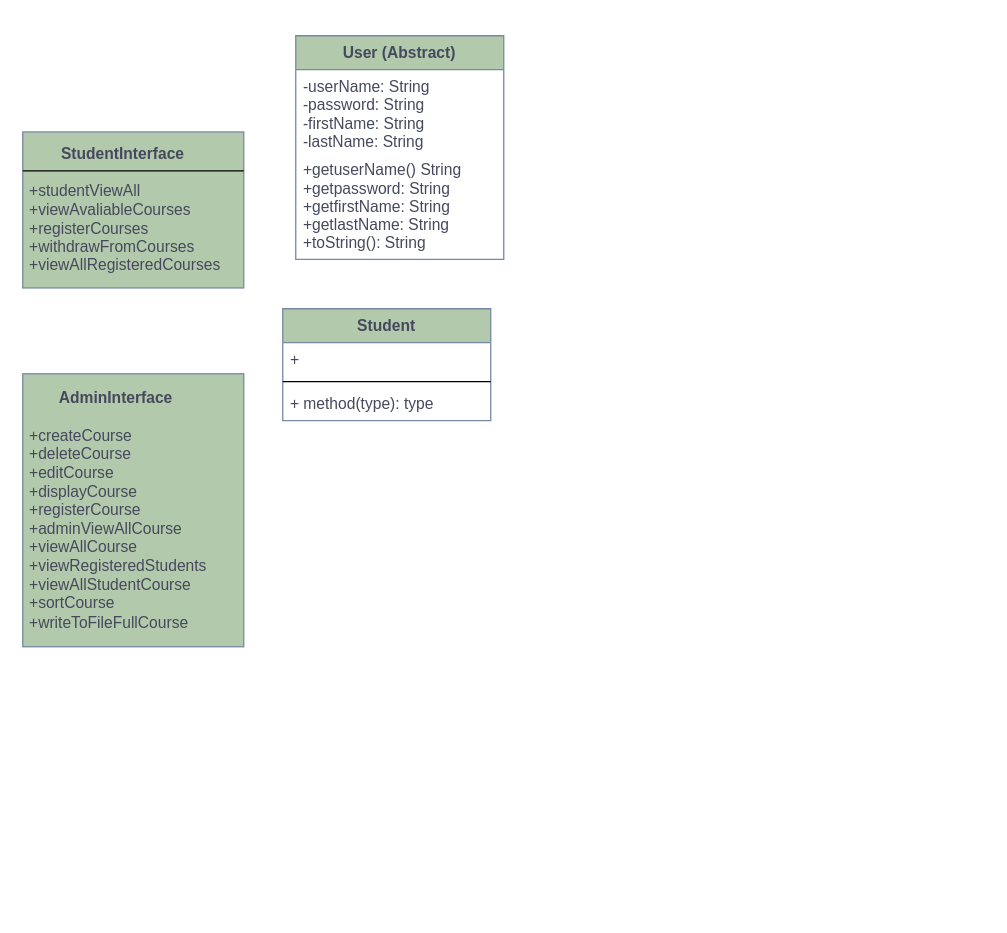
Earlier version of the draw.io diagram Untitled Diagram.drawio (zgywyww/Influence-of-Music). Source tidied: cells renumbered, new cells numbered last; positions are measured from the earlier drawing's top-left corner, leaving out a move shared by most shapes. Both pictures are drawn from the tidied source at 130%, with x=0, y=0 at pixel (22, 35).
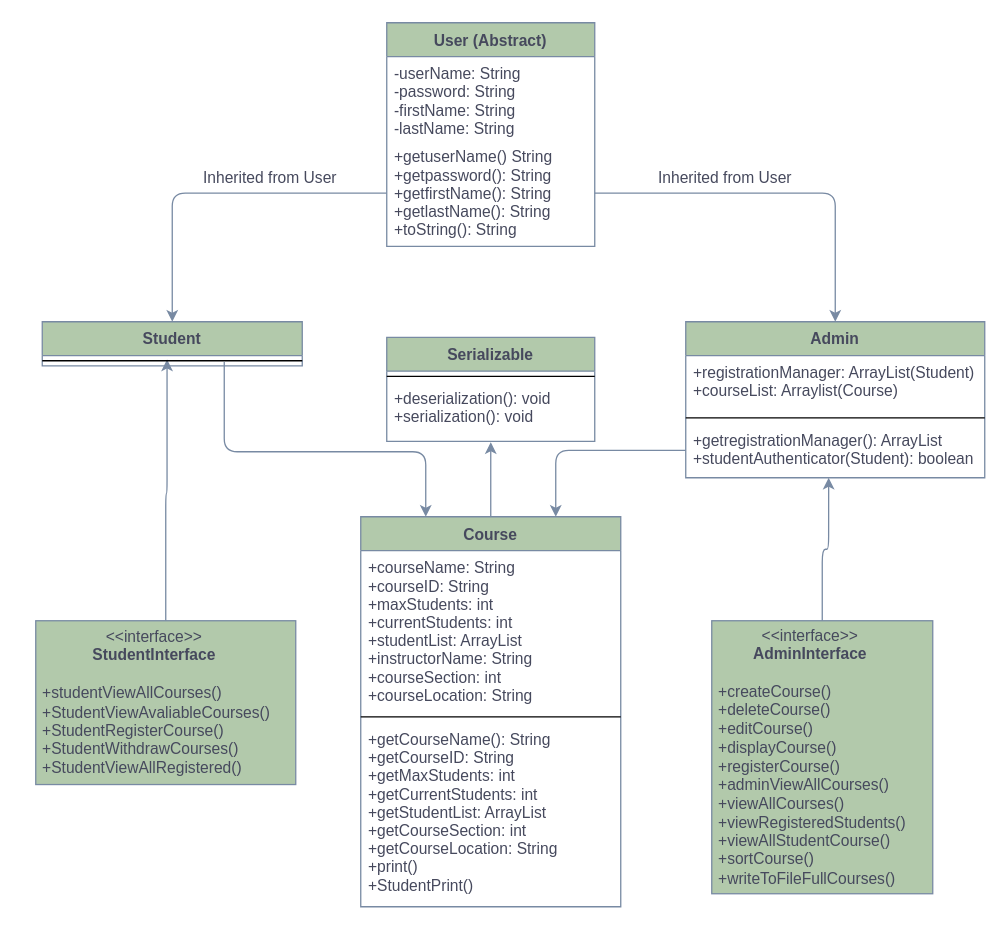
Above is the later version.

Diff of the diagram source:
```diff
@@
     <mxCell id="2" value="User (Abstract)" style="swimlane;fontStyle=1;align=center;verticalAlign=top;horizontal=1;startSize=26;rounded=0;sketch=0;fontColor=#46495D;strokeColor=#788AA3;fillColor=#B2C9AB;" parent="1" vertex="1">
-      <mxGeometry x="210" width="160" height="172" as="geometry" />
+      <mxGeometry x="280" y="-10" width="160" height="172" as="geometry" />
     </mxCell>
@@
-    <mxCell id="4" value="+getuserName() String&#10;+getpassword: String&#10;+getfirstName: String&#10;+getlastName: String&#10;+toString(): String&#10;" style="text;strokeColor=none;fillColor=none;align=left;verticalAlign=top;spacingLeft=4;spacingRight=4;overflow=hidden;points=[[0,0.5],[1,0.5]];portConstraint=eastwest;rounded=0;sketch=0;fontColor=#46495D;" parent="2" vertex="1">
+    <mxCell id="4" value="+getuserName() String&#10;+getpassword(): String&#10;+getfirstName(): String&#10;+getlastName(): String&#10;+toString(): String&#10;" style="text;strokeColor=none;fillColor=none;align=left;verticalAlign=top;spacingLeft=4;spacingRight=4;overflow=hidden;points=[[0,0.5],[1,0.5]];portConstraint=eastwest;rounded=0;sketch=0;fontColor=#46495D;" parent="2" vertex="1">
       <mxGeometry y="90" width="160" height="82" as="geometry" />
     </mxCell>
+    <mxCell id="12" style="edgeStyle=orthogonalEdgeStyle;curved=0;rounded=1;sketch=0;jettySize=auto;html=1;exitX=0.5;exitY=0;exitDx=0;exitDy=0;entryX=0.48;entryY=0.375;entryDx=0;entryDy=0;entryPerimeter=0;fontColor=#46495D;strokeColor=#788AA3;fillColor=#B2C9AB;" parent="1" edge="1" source="5" target="10">
+      <mxGeometry relative="1" as="geometry">
+        <Array as="points">
+          <mxPoint x="110" y="352" />
+          <mxPoint x="111" y="352" />
+        </Array>
+      </mxGeometry>
+    </mxCell>
-    <mxCell id="5" value="&lt;div style=&quot;text-align: center&quot;&gt;&lt;b&gt;StudentInterface&lt;/b&gt;&lt;/div&gt;&lt;br&gt;&amp;nbsp;+studentViewAll&lt;br&gt;&amp;nbsp;+viewAvaliableCourses&lt;br&gt;&amp;nbsp;+registerCourses&lt;br&gt;&amp;nbsp;+withdrawFromCourses&lt;br&gt;&amp;nbsp;+viewAllRegisteredCourses" style="html=1;rounded=0;sketch=0;fontColor=#46495D;strokeColor=#788AA3;fillColor=#B2C9AB;align=left;" parent="1" vertex="1">
-      <mxGeometry y="74" width="170" height="120" as="geometry" />
+    <mxCell id="5" value="&lt;div style=&quot;text-align: center&quot;&gt;&amp;lt;&amp;lt;interface&amp;gt;&amp;gt;&lt;/div&gt;&lt;div style=&quot;text-align: center&quot;&gt;&lt;b&gt;StudentInterface&lt;/b&gt;&lt;/div&gt;&lt;br&gt;&amp;nbsp;+studentViewAllCourses()&lt;br&gt;&amp;nbsp;+StudentViewAvaliableCourses()&lt;br&gt;&amp;nbsp;+StudentRegisterCourse()&lt;br&gt;&amp;nbsp;+StudentWithdrawCourses()&lt;br&gt;&amp;nbsp;+StudentViewAllRegistered()" style="html=1;rounded=0;sketch=0;fontColor=#46495D;strokeColor=#788AA3;fillColor=#B2C9AB;align=left;" parent="1" vertex="1">
+      <mxGeometry x="10" y="450" width="200" height="126" as="geometry" />
     </mxCell>
-    <mxCell id="6" style="line;strokeWidth=1;fillColor=none;align=left;verticalAlign=middle;spacingTop=-1;spacingLeft=3;spacingRight=3;labelPosition=right;rounded=0;sketch=0;fontColor=#46495D;" parent="1" vertex="1">
-      <mxGeometry y="100" width="170" height="8" as="geometry" />
-    </mxCell>
+    <mxCell id="13" style="edgeStyle=orthogonalEdgeStyle;curved=0;rounded=1;sketch=0;jettySize=auto;html=1;exitX=0.5;exitY=0;exitDx=0;exitDy=0;entryX=0.478;entryY=1;entryDx=0;entryDy=0;entryPerimeter=0;fontColor=#46495D;strokeColor=#788AA3;fillColor=#B2C9AB;" parent="1" edge="1" source="7" target="17">
+      <mxGeometry relative="1" as="geometry" />
+    </mxCell>
-    <mxCell id="7" value="&lt;div style=&quot;text-align: center&quot;&gt;&lt;b&gt;AdminInterface&lt;/b&gt;&lt;/div&gt;&lt;br&gt;&amp;nbsp;+createCourse&lt;br&gt;&amp;nbsp;+deleteCourse&lt;br&gt;&amp;nbsp;+editCourse&lt;br&gt;&amp;nbsp;+displayCourse&lt;br&gt;&amp;nbsp;+registerCourse&lt;br&gt;&amp;nbsp;+adminViewAllCourse&lt;br&gt;&amp;nbsp;+viewAllCourse&lt;br&gt;&amp;nbsp;+viewRegisteredStudents&lt;br&gt;&amp;nbsp;+viewAllStudentCourse&lt;br&gt;&amp;nbsp;+sortCourse&lt;br&gt;&amp;nbsp;+writeToFileFullCourse" style="html=1;rounded=0;sketch=0;fontColor=#46495D;strokeColor=#788AA3;fillColor=#B2C9AB;align=left;" parent="1" vertex="1">
-      <mxGeometry y="260" width="170" height="210" as="geometry" />
+    <mxCell id="7" value="&lt;div style=&quot;text-align: center&quot;&gt;&amp;lt;&amp;lt;interface&amp;gt;&amp;gt;&lt;/div&gt;&lt;div style=&quot;text-align: center&quot;&gt;&lt;b&gt;AdminInterface&lt;/b&gt;&lt;/div&gt;&lt;br&gt;&amp;nbsp;+createCourse()&lt;br&gt;&amp;nbsp;+deleteCourse()&lt;br&gt;&amp;nbsp;+editCourse()&lt;br&gt;&amp;nbsp;+displayCourse()&lt;br&gt;&amp;nbsp;+registerCourse()&lt;br&gt;&amp;nbsp;+adminViewAllCourses()&lt;br&gt;&amp;nbsp;+viewAllCourses()&lt;br&gt;&amp;nbsp;+viewRegisteredStudents()&lt;br&gt;&amp;nbsp;+viewAllStudentCourse()&lt;br&gt;&amp;nbsp;+sortCourse()&lt;br&gt;&amp;nbsp;+writeToFileFullCourses()" style="html=1;rounded=0;sketch=0;fontColor=#46495D;strokeColor=#788AA3;fillColor=#B2C9AB;align=left;" parent="1" vertex="1">
+      <mxGeometry x="530" y="450" width="170" height="210" as="geometry" />
     </mxCell>
     <mxCell id="8" value="Student" style="swimlane;fontStyle=1;align=center;verticalAlign=top;horizontal=1;startSize=26;rounded=0;sketch=0;fontColor=#46495D;strokeColor=#788AA3;fillColor=#B2C9AB;" parent="1" vertex="1">
-      <mxGeometry x="200" y="210" width="160" height="86" as="geometry" />
+      <mxGeometry x="15" y="220" width="200" height="34" as="geometry" />
     </mxCell>
-    <mxCell id="9" value="+ " style="text;strokeColor=none;fillColor=none;align=left;verticalAlign=top;spacingLeft=4;spacingRight=4;overflow=hidden;rounded=0;sketch=0;fontColor=#46495D;" parent="8" vertex="1">
-      <mxGeometry y="26" width="160" height="26" as="geometry" />
-    </mxCell>
     <mxCell id="10" style="line;strokeWidth=1;fillColor=none;align=left;verticalAlign=middle;spacingTop=-1;spacingLeft=3;spacingRight=3;labelPosition=right;points=[];portConstraint=eastwest;rounded=0;sketch=0;fontColor=#46495D;" parent="8" vertex="1">
-      <mxGeometry y="52" width="160" height="8" as="geometry" />
+      <mxGeometry y="26" width="200" height="8" as="geometry" />
     </mxCell>
-    <mxCell id="11" value="+ method(type): type" style="text;strokeColor=none;fillColor=none;align=left;verticalAlign=top;spacingLeft=4;spacingRight=4;overflow=hidden;rounded=0;sketch=0;fontColor=#46495D;" parent="8" vertex="1">
-      <mxGeometry y="60" width="160" height="26" as="geometry" />
-    </mxCell>
+    <mxCell id="14" value="Admin" style="swimlane;fontStyle=1;align=center;verticalAlign=top;horizontal=1;startSize=26;rounded=0;sketch=0;fontColor=#46495D;strokeColor=#788AA3;fillColor=#B2C9AB;" parent="1" vertex="1">
+      <mxGeometry x="510" y="220" width="230" height="120" as="geometry" />
+    </mxCell>
+    <mxCell id="15" value="+registrationManager: ArrayList(Student)&#10;+courseList: Arraylist(Course)&#10;" style="text;strokeColor=none;fillColor=none;align=left;verticalAlign=top;spacingLeft=4;spacingRight=4;overflow=hidden;rounded=0;sketch=0;fontColor=#46495D;" parent="14" vertex="1">
+      <mxGeometry y="26" width="230" height="44" as="geometry" />
+    </mxCell>
+    <mxCell id="16" style="line;strokeWidth=1;fillColor=none;align=left;verticalAlign=middle;spacingTop=-1;spacingLeft=3;spacingRight=3;labelPosition=right;rounded=0;sketch=0;fontColor=#46495D;" parent="14" vertex="1">
+      <mxGeometry y="70" width="230" height="8" as="geometry" />
+    </mxCell>
+    <mxCell id="17" value="+getregistrationManager(): ArrayList&#10;+studentAuthenticator(Student): boolean&#10;&#10;" style="text;strokeColor=none;fillColor=none;align=left;verticalAlign=top;spacingLeft=4;spacingRight=4;overflow=hidden;points=[[0,0.5],[1,0.5]];portConstraint=eastwest;rounded=0;sketch=0;fontColor=#46495D;" parent="14" vertex="1">
+      <mxGeometry y="78" width="230" height="42" as="geometry" />
+    </mxCell>
+    <mxCell id="18" style="edgeStyle=orthogonalEdgeStyle;curved=0;rounded=1;sketch=0;jettySize=auto;html=1;exitX=0.5;exitY=0;exitDx=0;exitDy=0;entryX=0.5;entryY=1.013;entryDx=0;entryDy=0;entryPerimeter=0;fontColor=#46495D;strokeColor=#788AA3;fillColor=#B2C9AB;" parent="1" edge="1" source="19" target="29">
+      <mxGeometry relative="1" as="geometry" />
+    </mxCell>
+    <mxCell id="19" value="Course" style="swimlane;fontStyle=1;align=center;verticalAlign=top;horizontal=1;startSize=26;rounded=0;sketch=0;fontColor=#46495D;strokeColor=#788AA3;fillColor=#B2C9AB;" parent="1" vertex="1">
+      <mxGeometry x="260" y="370" width="200" height="300" as="geometry" />
+    </mxCell>
+    <mxCell id="20" value="+courseName: String&#10;+courseID: String&#10;+maxStudents: int&#10;+currentStudents: int&#10;+studentList: ArrayList&#10;+instructorName: String&#10;+courseSection: int&#10;+courseLocation: String" style="text;strokeColor=none;fillColor=none;align=left;verticalAlign=top;spacingLeft=4;spacingRight=4;overflow=hidden;rounded=0;sketch=0;fontColor=#46495D;" parent="19" vertex="1">
+      <mxGeometry y="26" width="200" height="124" as="geometry" />
+    </mxCell>
+    <mxCell id="21" style="line;strokeWidth=1;fillColor=none;align=left;verticalAlign=middle;spacingTop=-1;spacingLeft=3;spacingRight=3;labelPosition=right;rounded=0;sketch=0;fontColor=#46495D;" parent="19" vertex="1">
+      <mxGeometry y="150" width="200" height="8" as="geometry" />
+    </mxCell>
+    <mxCell id="22" value="+getCourseName(): String&#10;+getCourseID: String&#10;+getMaxStudents: int&#10;+getCurrentStudents: int&#10;+getStudentList: ArrayList&#10;+getCourseSection: int&#10;+getCourseLocation: String&#10;+print()&#10;+StudentPrint()&#10;" style="text;strokeColor=none;fillColor=none;align=left;verticalAlign=top;spacingLeft=4;spacingRight=4;overflow=hidden;rounded=0;sketch=0;fontColor=#46495D;" parent="19" vertex="1">
+      <mxGeometry y="158" width="200" height="142" as="geometry" />
+    </mxCell>
+    <mxCell id="23" value="Inherited from User" style="text;html=1;align=center;verticalAlign=middle;fillColor=none;strokeColor=none;rounded=0;sketch=0;fontColor=#46495D;" parent="1" vertex="1">
+      <mxGeometry x="130" y="100" width="120" height="20" as="geometry" />
+    </mxCell>
+    <mxCell id="24" value="Inherited from User" style="text;html=1;align=center;verticalAlign=middle;fillColor=none;strokeColor=none;rounded=0;sketch=0;fontColor=#46495D;" parent="1" vertex="1">
+      <mxGeometry x="480" y="100" width="120" height="20" as="geometry" />
+    </mxCell>
+    <mxCell id="25" style="edgeStyle=orthogonalEdgeStyle;curved=0;rounded=1;sketch=0;jettySize=auto;html=1;exitX=1;exitY=0.5;exitDx=0;exitDy=0;entryX=0.5;entryY=0;entryDx=0;entryDy=0;fontColor=#46495D;strokeColor=#788AA3;fillColor=#B2C9AB;" parent="1" edge="1" source="4" target="14">
+      <mxGeometry relative="1" as="geometry" />
+    </mxCell>
+    <mxCell id="26" style="edgeStyle=orthogonalEdgeStyle;curved=0;rounded=1;sketch=0;jettySize=auto;html=1;exitX=0;exitY=0.5;exitDx=0;exitDy=0;entryX=0.5;entryY=0;entryDx=0;entryDy=0;fontColor=#46495D;strokeColor=#788AA3;fillColor=#B2C9AB;" parent="1" edge="1" source="4" target="8">
+      <mxGeometry relative="1" as="geometry" />
+    </mxCell>
+    <mxCell id="27" value="Serializable" style="swimlane;fontStyle=1;align=center;verticalAlign=top;horizontal=1;startSize=26;rounded=0;sketch=0;fontColor=#46495D;strokeColor=#788AA3;fillColor=#B2C9AB;" parent="1" vertex="1">
+      <mxGeometry x="280" y="232" width="160" height="80" as="geometry" />
+    </mxCell>
+    <mxCell id="28" style="line;strokeWidth=1;fillColor=none;align=left;verticalAlign=middle;spacingTop=-1;spacingLeft=3;spacingRight=3;labelPosition=right;rounded=0;sketch=0;fontColor=#46495D;" parent="27" vertex="1">
+      <mxGeometry y="26" width="160" height="8" as="geometry" />
+    </mxCell>
+    <mxCell id="29" value="+deserialization(): void&#10;+serialization(): void&#10;" style="text;strokeColor=none;fillColor=none;align=left;verticalAlign=top;spacingLeft=4;spacingRight=4;overflow=hidden;points=[[0,0.5],[1,0.5]];portConstraint=eastwest;rounded=0;sketch=0;fontColor=#46495D;" parent="27" vertex="1">
+      <mxGeometry y="34" width="160" height="46" as="geometry" />
+    </mxCell>
+    <mxCell id="30" style="edgeStyle=orthogonalEdgeStyle;curved=0;rounded=1;sketch=0;jettySize=auto;html=1;exitX=0.7;exitY=0.625;exitDx=0;exitDy=0;entryX=0.25;entryY=0;entryDx=0;entryDy=0;fontColor=#46495D;strokeColor=#788AA3;fillColor=#B2C9AB;exitPerimeter=0;" parent="1" edge="1" source="10" target="19">
+      <mxGeometry relative="1" as="geometry">
+        <Array as="points">
+          <mxPoint x="155" y="320" />
+          <mxPoint x="310" y="320" />
+        </Array>
+      </mxGeometry>
+    </mxCell>
+    <mxCell id="31" style="edgeStyle=orthogonalEdgeStyle;curved=0;rounded=1;sketch=0;jettySize=auto;html=1;exitX=0;exitY=0.5;exitDx=0;exitDy=0;entryX=0.75;entryY=0;entryDx=0;entryDy=0;fontColor=#46495D;strokeColor=#788AA3;fillColor=#B2C9AB;" parent="1" edge="1" source="17" target="19">
+      <mxGeometry relative="1" as="geometry" />
+    </mxCell>
```
